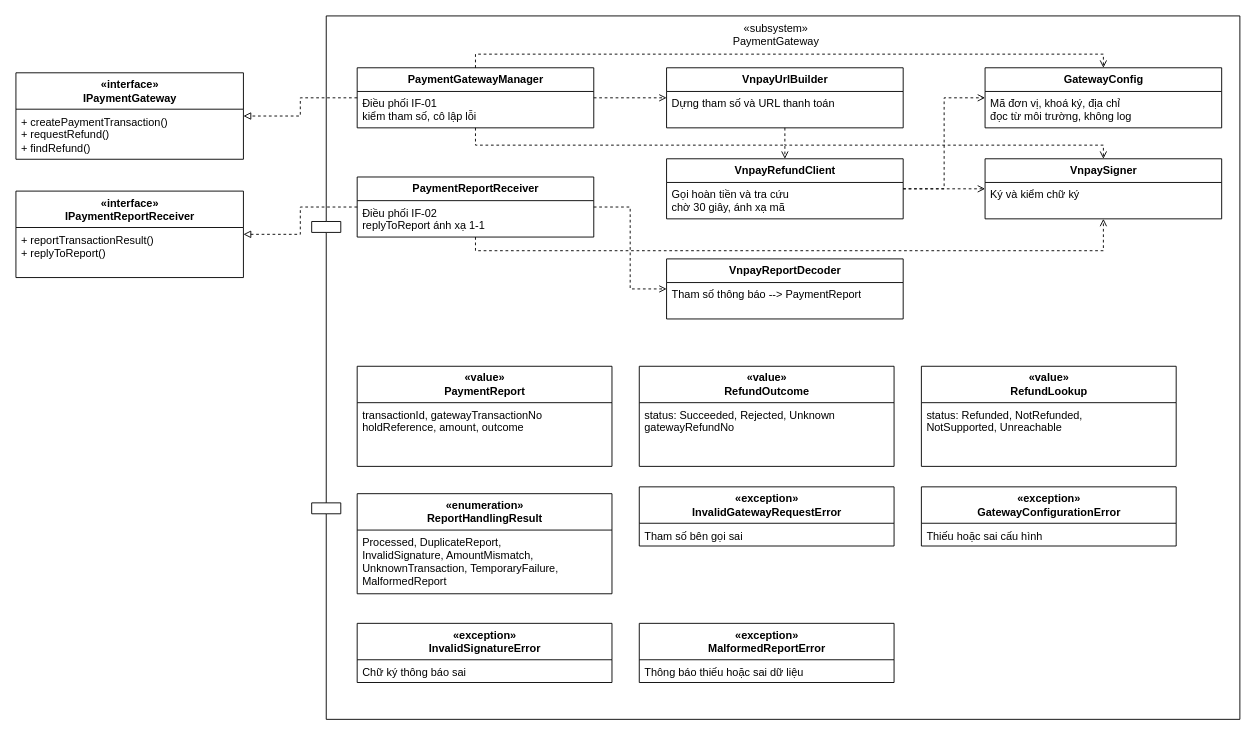
Above: page "Phần tử" (9 of 10) of design/diagrams/P11b-subsystem-SS-01.drawio in luytbq/app-dat-ve-xem-phim (draw.io), before the change. Source tidied: cells renumbered, new cells numbered last; positions are measured from the earlier drawing's top-left corner, leaving out a move shared by most shapes. Both pictures are drawn from the tidied source at 91%, with x=0, y=0 at pixel (15, 15).
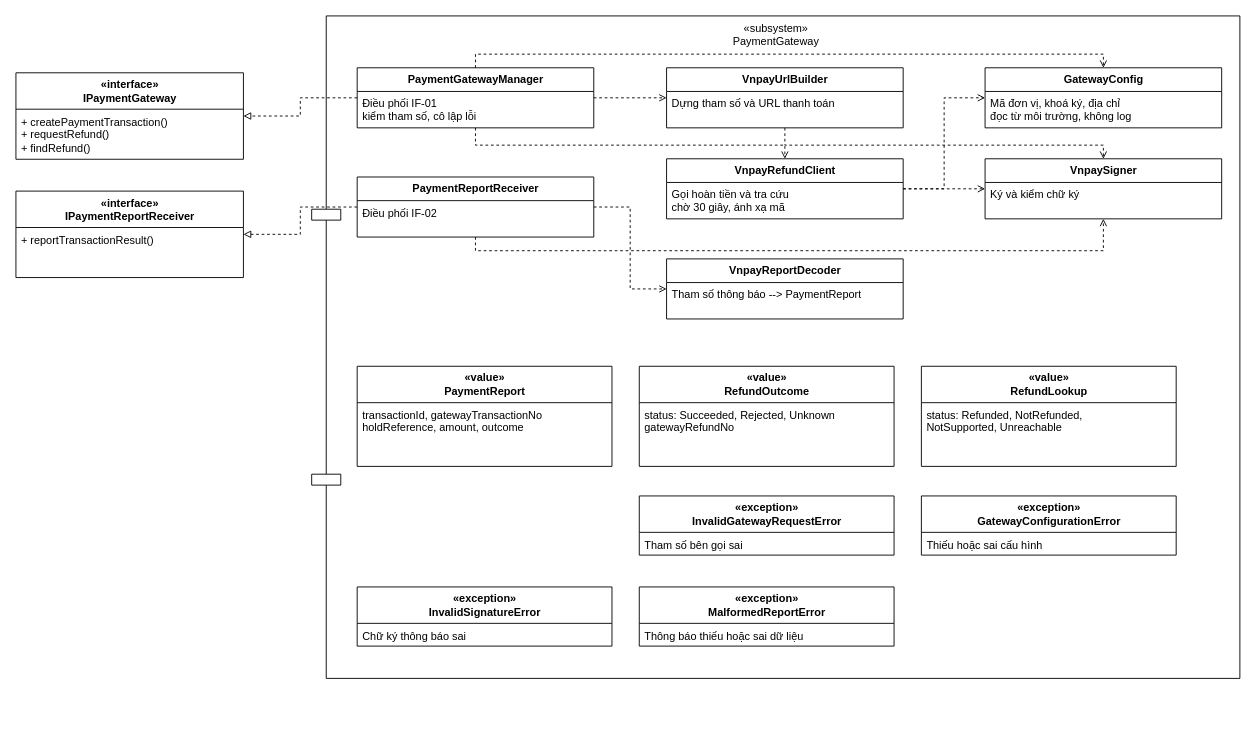
The same page after the edit.

Unchanged cells that the change refers to:
```xml
<mxCell id="4" value="«interface»&lt;br&gt;IPaymentReportReceiver" style="swimlane;fontStyle=1;align=center;horizontal=1;startSize=40;html=1;" parent="1" vertex="1">
  <mxGeometry y="192.5" width="250" height="95" as="geometry" />
</mxCell>
<mxCell id="9" value="PaymentReportReceiver" style="swimlane;fontStyle=1;align=center;horizontal=1;startSize=26;html=1;" parent="6" vertex="1">
  <mxGeometry x="50" y="177" width="260" height="66" as="geometry" />
</mxCell>
```

Diff of the diagram source:
```diff
@@
-    <mxCell id="5" value="+ reportTransactionResult()&lt;br&gt;+ replyToReport()" style="text;strokeColor=none;fillColor=none;align=left;verticalAlign=top;spacingLeft=4;overflow=hidden;html=1;whiteSpace=wrap;" parent="4" vertex="1">
+    <mxCell id="5" value="+ reportTransactionResult()" style="text;strokeColor=none;fillColor=none;align=left;verticalAlign=top;spacingLeft=4;overflow=hidden;html=1;whiteSpace=wrap;" parent="4" vertex="1">
       <mxGeometry y="40" width="250" height="40" as="geometry" />
     </mxCell>
     <mxCell id="6" value="«subsystem»&lt;br&gt;PaymentGateway" style="shape=component;html=1;verticalAlign=top;fillColor=none;" parent="1" vertex="1">
-      <mxGeometry x="325" width="1020" height="773" as="geometry" />
+      <mxGeometry x="325" width="1020" height="728" as="geometry" />
     </mxCell>
@@
-    <mxCell id="10" value="Điều phối IF-02&lt;br&gt;replyToReport ánh xạ 1-1" style="text;strokeColor=none;fillColor=none;align=left;verticalAlign=top;spacingLeft=4;overflow=hidden;html=1;whiteSpace=wrap;" parent="9" vertex="1">
+    <mxCell id="10" value="Điều phối IF-02" style="text;strokeColor=none;fillColor=none;align=left;verticalAlign=top;spacingLeft=4;overflow=hidden;html=1;whiteSpace=wrap;" parent="9" vertex="1">
       <mxGeometry y="26" width="260" height="40" as="geometry" />
     </mxCell>
@@
-    <mxCell id="27" value="«enumeration»&lt;br&gt;ReportHandlingResult" style="swimlane;fontStyle=1;align=center;horizontal=1;startSize=40;html=1;" parent="6" vertex="1">
-      <mxGeometry x="50" y="525" width="280" height="110" as="geometry" />
-    </mxCell>
-    <mxCell id="28" value="Processed, DuplicateReport,&lt;br&gt;InvalidSignature, AmountMismatch,&lt;br&gt;UnknownTransaction, TemporaryFailure,&lt;br&gt;MalformedReport" style="text;strokeColor=none;fillColor=none;align=left;verticalAlign=top;spacingLeft=4;overflow=hidden;html=1;whiteSpace=wrap;" parent="27" vertex="1">
-      <mxGeometry y="40" width="280" height="70" as="geometry" />
-    </mxCell>
     <mxCell id="29" value="«exception»&lt;br&gt;InvalidGatewayRequestError" style="swimlane;fontStyle=1;align=center;horizontal=1;startSize=40;html=1;" parent="6" vertex="1">
-      <mxGeometry x="360" y="517.5" width="280" height="65" as="geometry" />
+      <mxGeometry x="360" y="527.5" width="280" height="65" as="geometry" />
     </mxCell>
@@
     <mxCell id="31" value="«exception»&lt;br&gt;GatewayConfigurationError" style="swimlane;fontStyle=1;align=center;horizontal=1;startSize=40;html=1;" parent="6" vertex="1">
-      <mxGeometry x="670" y="517.5" width="280" height="65" as="geometry" />
+      <mxGeometry x="670" y="527.5" width="280" height="65" as="geometry" />
     </mxCell>
@@
     <mxCell id="33" value="«exception»&lt;br&gt;InvalidSignatureError" style="swimlane;fontStyle=1;align=center;horizontal=1;startSize=40;html=1;" parent="6" vertex="1">
-      <mxGeometry x="50" y="667.5" width="280" height="65" as="geometry" />
+      <mxGeometry x="50" y="627.5" width="280" height="65" as="geometry" />
     </mxCell>
@@
     <mxCell id="35" value="«exception»&lt;br&gt;MalformedReportError" style="swimlane;fontStyle=1;align=center;horizontal=1;startSize=40;html=1;" parent="6" vertex="1">
-      <mxGeometry x="360" y="667.5" width="280" height="65" as="geometry" />
+      <mxGeometry x="360" y="627.5" width="280" height="65" as="geometry" />
     </mxCell>
```
